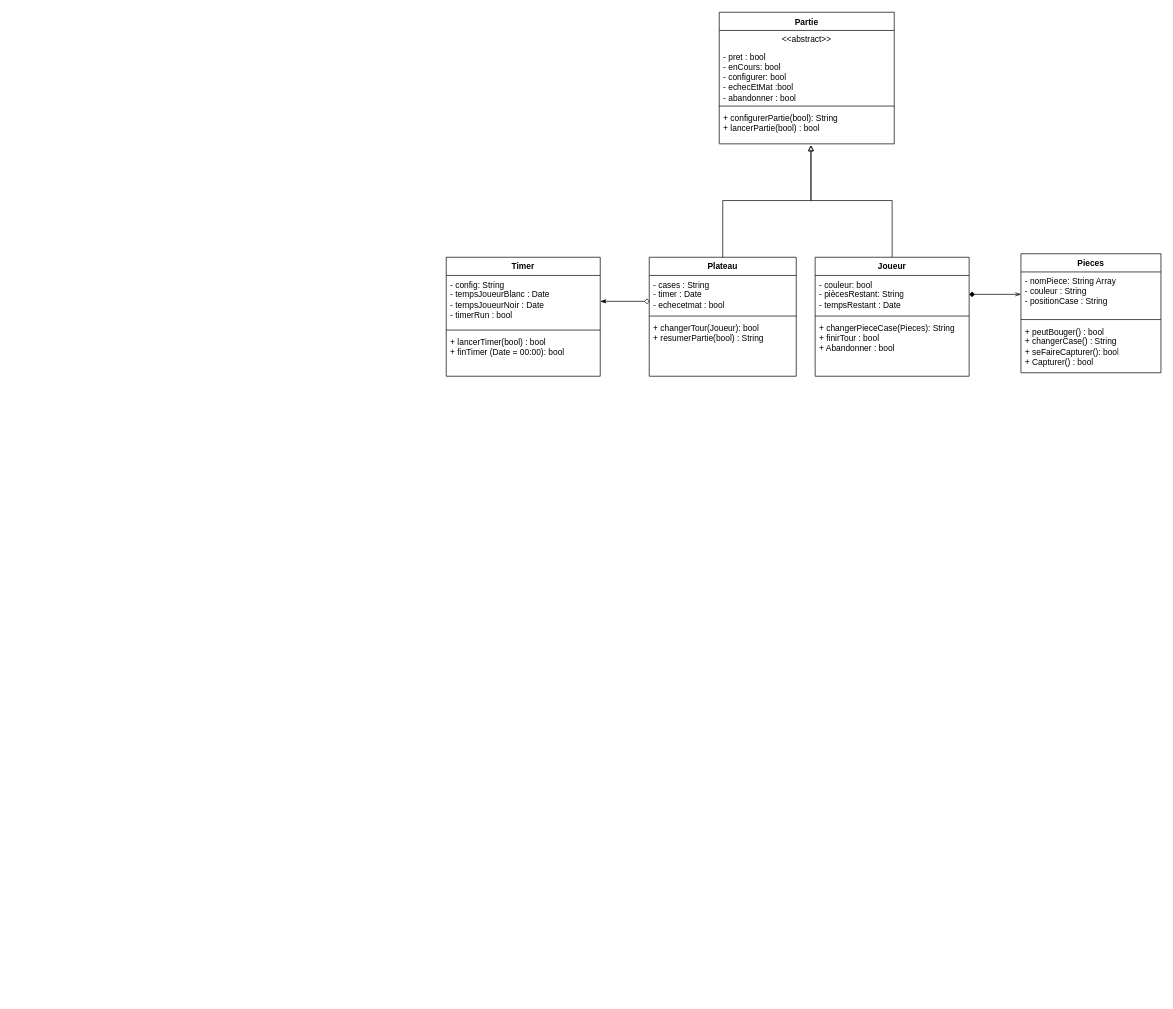
enaelmusic/enaelmusic keeps this draw.io diagram as echecEnael.drawio. Above is the earlier version. Source tidied: cells renumbered, new cells numbered last; positions are measured from the earlier drawing's top-left corner, leaving out a move shared by most shapes. Both pictures are drawn from the tidied source at 70%, with x=0, y=0 at pixel (446, 12).
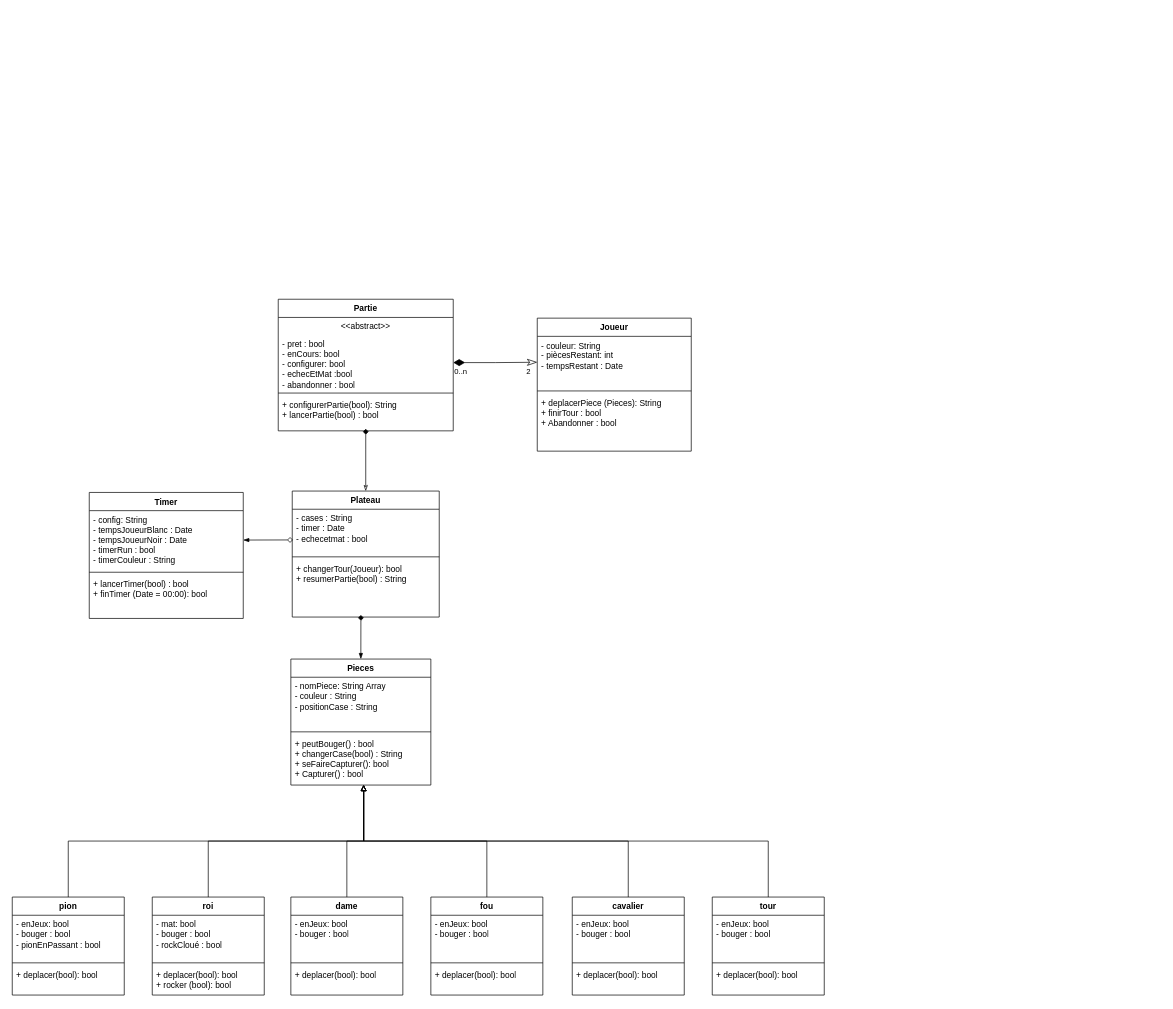
The same diagram, later.

Commit message:
Mettre à jour echecEnael.drawio

The change refers to these unchanged cells:
```xml
<mxCell id="22" value="- pret : bool&lt;br&gt;- enCours: bool&lt;div&gt;- configurer: bool&lt;/div&gt;&lt;div&gt;- echecEtMat :bool&lt;/div&gt;&lt;div&gt;- abandonner : bool&lt;/div&gt;" style="text;strokeColor=none;fillColor=none;align=left;verticalAlign=top;spacingLeft=4;spacingRight=4;overflow=hidden;points=[[0,0.5],[1,0.5]];portConstraint=eastwest;whiteSpace=wrap;html=1;" parent="20" vertex="1">
  <mxGeometry y="51" width="250" height="79" as="geometry" />
</mxCell>
<mxCell id="24" value="+ configurerPartie(bool): String&lt;div&gt;+ lancerPartie(bool) : bool&lt;/div&gt;" style="text;strokeColor=none;fillColor=none;align=left;verticalAlign=top;spacingLeft=4;spacingRight=4;overflow=hidden;points=[[0,0.5],[1,0.5]];portConstraint=eastwest;whiteSpace=wrap;html=1;" parent="20" vertex="1">
  <mxGeometry y="138" width="250" height="50" as="geometry" />
</mxCell>
```

The edit, as a diff of the source:
```diff
@@
     <mxCell id="2" value="Plateau" style="swimlane;fontStyle=1;align=center;verticalAlign=top;horizontal=1;startSize=26;whiteSpace=wrap;html=1;" parent="1" vertex="1">
-      <mxGeometry x="290" y="350" width="210" height="170" as="geometry" />
+      <mxGeometry x="-220" y="684" width="210" height="180" as="geometry" />
     </mxCell>
     <mxCell id="3" value="- cases : String&lt;div&gt;- timer : Date&lt;/div&gt;&lt;div&gt;- echecetmat : bool&lt;/div&gt;" style="text;strokeColor=none;fillColor=none;align=left;verticalAlign=top;spacingLeft=4;spacingRight=4;overflow=hidden;points=[[0,0.5],[1,0.5]];portConstraint=eastwest;whiteSpace=wrap;html=1;" parent="2" vertex="1">
-      <mxGeometry y="26" width="210" height="54" as="geometry" />
+      <mxGeometry y="26" width="210" height="64" as="geometry" />
     </mxCell>
     <mxCell id="4" style="line;strokeWidth=1;fillColor=none;align=left;verticalAlign=middle;spacingTop=-1;spacingLeft=3;spacingRight=3;labelPosition=right;strokeColor=inherit;" parent="2" vertex="1">
-      <mxGeometry y="80" width="210" height="8" as="geometry" />
+      <mxGeometry y="90" width="210" height="8" as="geometry" />
     </mxCell>
     <mxCell id="5" value="+ changerTour(Joueur): bool&lt;div&gt;+ resumerPartie(bool) : String&lt;/div&gt;" style="text;strokeColor=none;fillColor=none;align=left;verticalAlign=top;spacingLeft=4;spacingRight=4;overflow=hidden;points=[[0,0.5],[1,0.5]];portConstraint=eastwest;whiteSpace=wrap;html=1;" parent="2" vertex="1">
-      <mxGeometry y="88" width="210" height="82" as="geometry" />
+      <mxGeometry y="98" width="210" height="82" as="geometry" />
     </mxCell>
     <mxCell id="6" value="Joueur" style="swimlane;fontStyle=1;align=center;verticalAlign=top;horizontal=1;startSize=26;whiteSpace=wrap;html=1;" parent="1" vertex="1">
-      <mxGeometry x="527" y="350" width="220" height="170" as="geometry" />
+      <mxGeometry x="130" y="437" width="220" height="190" as="geometry" />
     </mxCell>
-    <mxCell id="7" value="- couleur: bool&lt;div&gt;- piècesRestant: String&lt;/div&gt;&lt;div&gt;- tempsRestant : Date&lt;/div&gt;" style="text;strokeColor=none;fillColor=none;align=left;verticalAlign=top;spacingLeft=4;spacingRight=4;overflow=hidden;points=[[0,0.5],[1,0.5]];portConstraint=eastwest;whiteSpace=wrap;html=1;" parent="6" vertex="1">
-      <mxGeometry y="26" width="220" height="54" as="geometry" />
+    <mxCell id="7" value="- couleur: String&lt;div&gt;- piècesRestant: int&lt;/div&gt;&lt;div&gt;- tempsRestant : Date&lt;/div&gt;" style="text;strokeColor=none;fillColor=none;align=left;verticalAlign=top;spacingLeft=4;spacingRight=4;overflow=hidden;points=[[0,0.5],[1,0.5]];portConstraint=eastwest;whiteSpace=wrap;html=1;" parent="6" vertex="1">
+      <mxGeometry y="26" width="220" height="74" as="geometry" />
     </mxCell>
     <mxCell id="8" style="line;strokeWidth=1;fillColor=none;align=left;verticalAlign=middle;spacingTop=-1;spacingLeft=3;spacingRight=3;labelPosition=right;strokeColor=inherit;" parent="6" vertex="1">
-      <mxGeometry y="80" width="220" height="8" as="geometry" />
+      <mxGeometry y="100" width="220" height="8" as="geometry" />
     </mxCell>
-    <mxCell id="9" value="+ changerPieceCase(Pieces): String&lt;div&gt;+ finirTour : bool&lt;/div&gt;&lt;div&gt;+ Abandonner : bool&lt;/div&gt;" style="text;strokeColor=none;fillColor=none;align=left;verticalAlign=top;spacingLeft=4;spacingRight=4;overflow=hidden;whiteSpace=wrap;html=1;" parent="6" vertex="1">
-      <mxGeometry y="88" width="220" height="82" as="geometry" />
+    <mxCell id="9" value="+ deplacerPiece (Pieces): String&lt;div&gt;+ finirTour : bool&lt;/div&gt;&lt;div&gt;+ Abandonner : bool&lt;/div&gt;" style="text;strokeColor=none;fillColor=none;align=left;verticalAlign=top;spacingLeft=4;spacingRight=4;overflow=hidden;whiteSpace=wrap;html=1;" parent="6" vertex="1">
+      <mxGeometry y="108" width="220" height="82" as="geometry" />
     </mxCell>
     <mxCell id="10" value="Pieces" style="swimlane;fontStyle=1;align=center;verticalAlign=top;horizontal=1;startSize=26;whiteSpace=wrap;html=1;" parent="1" vertex="1">
-      <mxGeometry x="821" y="345" width="200" height="170" as="geometry" />
+      <mxGeometry x="-222" y="924" width="200" height="180" as="geometry" />
     </mxCell>
     <mxCell id="11" value="- nomPiece: String Array&lt;div&gt;- couleur : String&lt;/div&gt;&lt;div&gt;- positionCase : String&lt;/div&gt;" style="text;strokeColor=none;fillColor=none;align=left;verticalAlign=top;spacingLeft=4;spacingRight=4;overflow=hidden;points=[[0,0.5],[1,0.5]];portConstraint=eastwest;whiteSpace=wrap;html=1;" parent="10" vertex="1">
-      <mxGeometry y="26" width="200" height="64" as="geometry" />
+      <mxGeometry y="26" width="200" height="74" as="geometry" />
     </mxCell>
     <mxCell id="12" style="line;strokeWidth=1;fillColor=none;align=left;verticalAlign=middle;spacingTop=-1;spacingLeft=3;spacingRight=3;labelPosition=right;strokeColor=inherit;" parent="10" vertex="1">
-      <mxGeometry y="90" width="200" height="8" as="geometry" />
+      <mxGeometry y="100" width="200" height="8" as="geometry" />
     </mxCell>
-    <mxCell id="13" value="+ peutBouger() : bool&lt;div&gt;+ changerCase() : String&lt;br&gt;+ seFaireCapturer(): bool&lt;div&gt;+ Capturer() : bool&lt;/div&gt;&lt;/div&gt;" style="text;strokeColor=none;fillColor=none;align=left;verticalAlign=top;spacingLeft=4;spacingRight=4;overflow=hidden;points=[[0,0.5],[1,0.5]];portConstraint=eastwest;whiteSpace=wrap;html=1;" parent="10" vertex="1">
-      <mxGeometry y="98" width="200" height="72" as="geometry" />
+    <mxCell id="13" value="+ peutBouger() : bool&lt;div&gt;+ changerCase(bool) : String&lt;br&gt;+ seFaireCapturer(): bool&lt;div&gt;+ Capturer() : bool&lt;/div&gt;&lt;/div&gt;" style="text;strokeColor=none;fillColor=none;align=left;verticalAlign=top;spacingLeft=4;spacingRight=4;overflow=hidden;points=[[0,0.5],[1,0.5]];portConstraint=eastwest;whiteSpace=wrap;html=1;" parent="10" vertex="1">
+      <mxGeometry y="108" width="200" height="72" as="geometry" />
     </mxCell>
     <mxCell id="14" value="Timer" style="swimlane;fontStyle=1;align=center;verticalAlign=top;horizontal=1;startSize=26;whiteSpace=wrap;html=1;" parent="1" vertex="1">
-      <mxGeometry y="350" width="220" height="170" as="geometry" />
+      <mxGeometry x="-510" y="686" width="220" height="180" as="geometry" />
     </mxCell>
-    <mxCell id="15" value="- config: String&lt;div&gt;- tempsJoueurBlanc : Date&lt;/div&gt;&lt;div&gt;- tempsJoueurNoir : Date&lt;/div&gt;&lt;div&gt;- timerRun : bool&lt;/div&gt;" style="text;strokeColor=none;fillColor=none;align=left;verticalAlign=top;spacingLeft=4;spacingRight=4;overflow=hidden;points=[[0,0.5],[1,0.5]];portConstraint=eastwest;whiteSpace=wrap;html=1;" parent="14" vertex="1">
-      <mxGeometry y="26" width="220" height="74" as="geometry" />
+    <mxCell id="15" value="- config: String&lt;div&gt;- tempsJoueurBlanc : Date&lt;/div&gt;&lt;div&gt;- tempsJoueurNoir : Date&lt;/div&gt;&lt;div&gt;- timerRun : bool&lt;br&gt;- timerCouleur : String&lt;/div&gt;" style="text;strokeColor=none;fillColor=none;align=left;verticalAlign=top;spacingLeft=4;spacingRight=4;overflow=hidden;points=[[0,0.5],[1,0.5]];portConstraint=eastwest;whiteSpace=wrap;html=1;" parent="14" vertex="1">
+      <mxGeometry y="26" width="220" height="84" as="geometry" />
     </mxCell>
     <mxCell id="16" style="line;strokeWidth=1;fillColor=none;align=left;verticalAlign=middle;spacingTop=-1;spacingLeft=3;spacingRight=3;labelPosition=right;strokeColor=inherit;" parent="14" vertex="1">
-      <mxGeometry y="100" width="220" height="8" as="geometry" />
+      <mxGeometry y="110" width="220" height="8" as="geometry" />
     </mxCell>
     <mxCell id="17" value="+ lancerTimer(bool) : bool&lt;br&gt;+ finTimer (Date = 00:00): bool" style="text;strokeColor=none;fillColor=none;align=left;verticalAlign=top;spacingLeft=4;spacingRight=4;overflow=hidden;whiteSpace=wrap;html=1;" parent="14" vertex="1">
-      <mxGeometry y="108" width="220" height="62" as="geometry" />
+      <mxGeometry y="118" width="220" height="62" as="geometry" />
     </mxCell>
-    <mxCell id="18" style="endArrow=diamond;html=1;rounded=0;exitX=1;exitY=0.5;exitDx=0;exitDy=0;entryX=0.005;entryY=0.685;entryDx=0;entryDy=0;entryPerimeter=0;startArrow=classicThin;startFill=1;endFill=0;" parent="1" edge="1" source="15" target="3">
+    <mxCell id="18" style="endArrow=diamond;html=1;rounded=0;exitX=1;exitY=0.5;exitDx=0;exitDy=0;entryX=0.005;entryY=0.685;entryDx=0;entryDy=0;entryPerimeter=0;startArrow=blockThin;startFill=1;endFill=0;" parent="1" edge="1" source="15" target="3">
       <mxGeometry relative="1" as="geometry" />
     </mxCell>
-    <mxCell id="19" style="endArrow=openThin;html=1;rounded=0;exitX=1;exitY=0.5;exitDx=0;exitDy=0;entryX=0;entryY=0.5;entryDx=0;entryDy=0;startArrow=diamond;startFill=1;endFill=0;" parent="1" edge="1" source="7" target="11">
+    <mxCell id="19" style="endArrow=blockThin;html=1;rounded=0;exitX=0.467;exitY=0.963;exitDx=0;exitDy=0;startArrow=diamond;startFill=1;endFill=1;entryX=0.5;entryY=0;entryDx=0;entryDy=0;exitPerimeter=0;" parent="1" edge="1" source="5" target="10">
       <mxGeometry relative="1" as="geometry" />
     </mxCell>
     <mxCell id="20" value="Partie" style="swimlane;fontStyle=1;align=center;verticalAlign=top;horizontal=1;startSize=26;whiteSpace=wrap;html=1;" parent="1" vertex="1">
-      <mxGeometry x="390" width="250" height="188" as="geometry" />
+      <mxGeometry x="-240" y="410" width="250" height="188" as="geometry" />
     </mxCell>
@@
-    <mxCell id="25" style="endArrow=block;html=1;rounded=0;entryX=0.524;entryY=1.04;entryDx=0;entryDy=0;entryPerimeter=0;edgeStyle=orthogonalEdgeStyle;endFill=0;exitX=0.5;exitY=0;exitDx=0;exitDy=0;" parent="1" edge="1" source="2" target="24">
+    <mxCell id="25" style="endArrow=diamond;html=1;rounded=0;edgeStyle=orthogonalEdgeStyle;endFill=1;exitX=0.5;exitY=0;exitDx=0;exitDy=0;entryX=0.5;entryY=0.94;entryDx=0;entryDy=0;entryPerimeter=0;startArrow=classicThin;startFill=0;" parent="1" edge="1" source="2" target="24">
       <mxGeometry relative="1" as="geometry">
         <Array as="points">
-          <mxPoint x="395" y="269" />
-          <mxPoint x="521" y="269" />
+          <mxPoint x="-115" y="624" />
+          <mxPoint x="-115" y="624" />
         </Array>
       </mxGeometry>
     </mxCell>
-    <mxCell id="26" style="endArrow=block;html=1;rounded=0;entryX=0.524;entryY=1.04;entryDx=0;entryDy=0;entryPerimeter=0;edgeStyle=orthogonalEdgeStyle;endFill=0;exitX=0.5;exitY=0;exitDx=0;exitDy=0;" parent="1" edge="1" source="6" target="24">
-      <mxGeometry relative="1" as="geometry">
-        <Array as="points">
-          <mxPoint x="637" y="269" />
-          <mxPoint x="521" y="269" />
-        </Array>
-      </mxGeometry>
-    </mxCell>
+    <mxCell id="27" value="pion" style="swimlane;fontStyle=1;align=center;verticalAlign=top;horizontal=1;startSize=26;whiteSpace=wrap;html=1;" parent="1" vertex="1">
+      <mxGeometry x="-620" y="1264" width="160" height="140" as="geometry" />
+    </mxCell>
+    <mxCell id="28" value="- enJeux: bool&lt;br&gt;- bouger : bool&lt;div&gt;- pionEnPassant : bool&lt;br&gt;&lt;div&gt;&lt;br&gt;&lt;/div&gt;&lt;/div&gt;" style="text;strokeColor=none;fillColor=none;align=left;verticalAlign=top;spacingLeft=4;spacingRight=4;overflow=hidden;whiteSpace=wrap;html=1;" parent="27" vertex="1">
+      <mxGeometry y="26" width="160" height="64" as="geometry" />
+    </mxCell>
+    <mxCell id="29" style="line;strokeWidth=1;fillColor=none;align=left;verticalAlign=middle;spacingTop=-1;spacingLeft=3;spacingRight=3;labelPosition=right;strokeColor=inherit;" parent="27" vertex="1">
+      <mxGeometry y="90" width="160" height="8" as="geometry" />
+    </mxCell>
+    <mxCell id="30" value="+ deplacer(bool): bool" style="text;strokeColor=none;fillColor=none;align=left;verticalAlign=top;spacingLeft=4;spacingRight=4;overflow=hidden;whiteSpace=wrap;html=1;" parent="27" vertex="1">
+      <mxGeometry y="98" width="160" height="42" as="geometry" />
+    </mxCell>
+    <mxCell id="31" value="roi" style="swimlane;fontStyle=1;align=center;verticalAlign=top;horizontal=1;startSize=26;whiteSpace=wrap;html=1;" parent="1" vertex="1">
+      <mxGeometry x="-420" y="1264" width="160" height="140" as="geometry" />
+    </mxCell>
+    <mxCell id="32" value="- mat: bool&lt;br&gt;- bouger : bool&lt;br&gt;- rockCloué : bool" style="text;strokeColor=none;fillColor=none;align=left;verticalAlign=top;spacingLeft=4;spacingRight=4;overflow=hidden;whiteSpace=wrap;html=1;" parent="31" vertex="1">
+      <mxGeometry y="26" width="160" height="64" as="geometry" />
+    </mxCell>
+    <mxCell id="33" style="line;strokeWidth=1;fillColor=none;align=left;verticalAlign=middle;spacingTop=-1;spacingLeft=3;spacingRight=3;labelPosition=right;strokeColor=inherit;" parent="31" vertex="1">
+      <mxGeometry y="90" width="160" height="8" as="geometry" />
+    </mxCell>
+    <mxCell id="34" value="+ deplacer(bool): bool&lt;br&gt;+ rocker (bool): bool&lt;span style=&quot;background-color: transparent; color: light-dark(rgb(0, 0, 0), rgb(255, 255, 255));&quot;&gt;&amp;nbsp;&lt;/span&gt;" style="text;strokeColor=none;fillColor=none;align=left;verticalAlign=top;spacingLeft=4;spacingRight=4;overflow=hidden;whiteSpace=wrap;html=1;" parent="31" vertex="1">
+      <mxGeometry y="98" width="160" height="42" as="geometry" />
+    </mxCell>
+    <mxCell id="35" value="dame" style="swimlane;fontStyle=1;align=center;verticalAlign=top;horizontal=1;startSize=26;whiteSpace=wrap;html=1;" parent="1" vertex="1">
+      <mxGeometry x="-222" y="1264" width="160" height="140" as="geometry" />
+    </mxCell>
+    <mxCell id="36" value="- enJeux: bool&lt;br&gt;- bouger : bool" style="text;strokeColor=none;fillColor=none;align=left;verticalAlign=top;spacingLeft=4;spacingRight=4;overflow=hidden;whiteSpace=wrap;html=1;" parent="35" vertex="1">
+      <mxGeometry y="26" width="160" height="64" as="geometry" />
+    </mxCell>
+    <mxCell id="37" style="line;strokeWidth=1;fillColor=none;align=left;verticalAlign=middle;spacingTop=-1;spacingLeft=3;spacingRight=3;labelPosition=right;strokeColor=inherit;" parent="35" vertex="1">
+      <mxGeometry y="90" width="160" height="8" as="geometry" />
+    </mxCell>
+    <mxCell id="38" value="+ deplacer(bool): bool" style="text;strokeColor=none;fillColor=none;align=left;verticalAlign=top;spacingLeft=4;spacingRight=4;overflow=hidden;whiteSpace=wrap;html=1;" parent="35" vertex="1">
+      <mxGeometry y="98" width="160" height="42" as="geometry" />
+    </mxCell>
+    <mxCell id="39" value="fou" style="swimlane;fontStyle=1;align=center;verticalAlign=top;horizontal=1;startSize=26;whiteSpace=wrap;html=1;" parent="1" vertex="1">
+      <mxGeometry x="-22" y="1264" width="160" height="140" as="geometry" />
+    </mxCell>
+    <mxCell id="40" value="- enJeux: bool&lt;br&gt;- bouger : bool" style="text;strokeColor=none;fillColor=none;align=left;verticalAlign=top;spacingLeft=4;spacingRight=4;overflow=hidden;whiteSpace=wrap;html=1;" parent="39" vertex="1">
+      <mxGeometry y="26" width="160" height="64" as="geometry" />
+    </mxCell>
+    <mxCell id="41" style="line;strokeWidth=1;fillColor=none;align=left;verticalAlign=middle;spacingTop=-1;spacingLeft=3;spacingRight=3;labelPosition=right;strokeColor=inherit;" parent="39" vertex="1">
+      <mxGeometry y="90" width="160" height="8" as="geometry" />
+    </mxCell>
+    <mxCell id="42" value="+ deplacer(bool): bool" style="text;strokeColor=none;fillColor=none;align=left;verticalAlign=top;spacingLeft=4;spacingRight=4;overflow=hidden;whiteSpace=wrap;html=1;" parent="39" vertex="1">
+      <mxGeometry y="98" width="160" height="42" as="geometry" />
+    </mxCell>
+    <mxCell id="43" value="cavalier" style="swimlane;fontStyle=1;align=center;verticalAlign=top;horizontal=1;startSize=26;whiteSpace=wrap;html=1;" parent="1" vertex="1">
+      <mxGeometry x="180" y="1264" width="160" height="140" as="geometry" />
+    </mxCell>
+    <mxCell id="44" value="- enJeux: bool&lt;br&gt;- bouger : bool" style="text;strokeColor=none;fillColor=none;align=left;verticalAlign=top;spacingLeft=4;spacingRight=4;overflow=hidden;whiteSpace=wrap;html=1;" parent="43" vertex="1">
+      <mxGeometry y="26" width="160" height="64" as="geometry" />
+    </mxCell>
+    <mxCell id="45" style="line;strokeWidth=1;fillColor=none;align=left;verticalAlign=middle;spacingTop=-1;spacingLeft=3;spacingRight=3;labelPosition=right;strokeColor=inherit;" parent="43" vertex="1">
+      <mxGeometry y="90" width="160" height="8" as="geometry" />
+    </mxCell>
+    <mxCell id="46" value="+ deplacer(bool): bool" style="text;strokeColor=none;fillColor=none;align=left;verticalAlign=top;spacingLeft=4;spacingRight=4;overflow=hidden;whiteSpace=wrap;html=1;" parent="43" vertex="1">
+      <mxGeometry y="98" width="160" height="42" as="geometry" />
+    </mxCell>
+    <mxCell id="47" value="tour" style="swimlane;fontStyle=1;align=center;verticalAlign=top;horizontal=1;startSize=26;whiteSpace=wrap;html=1;" parent="1" vertex="1">
+      <mxGeometry x="380" y="1264" width="160" height="140" as="geometry" />
+    </mxCell>
+    <mxCell id="48" value="- enJeux: bool&lt;br&gt;- bouger : bool" style="text;strokeColor=none;fillColor=none;align=left;verticalAlign=top;spacingLeft=4;spacingRight=4;overflow=hidden;whiteSpace=wrap;html=1;" parent="47" vertex="1">
+      <mxGeometry y="26" width="160" height="64" as="geometry" />
+    </mxCell>
+    <mxCell id="49" style="line;strokeWidth=1;fillColor=none;align=left;verticalAlign=middle;spacingTop=-1;spacingLeft=3;spacingRight=3;labelPosition=right;strokeColor=inherit;" parent="47" vertex="1">
+      <mxGeometry y="90" width="160" height="8" as="geometry" />
+    </mxCell>
+    <mxCell id="50" value="+ deplacer(bool): bool" style="text;strokeColor=none;fillColor=none;align=left;verticalAlign=top;spacingLeft=4;spacingRight=4;overflow=hidden;whiteSpace=wrap;html=1;" parent="47" vertex="1">
+      <mxGeometry y="98" width="160" height="42" as="geometry" />
+    </mxCell>
+    <mxCell id="51" style="endArrow=block;html=1;rounded=0;exitX=0.5;exitY=0;exitDx=0;exitDy=0;entryX=0.52;entryY=1;entryDx=0;entryDy=0;entryPerimeter=0;edgeStyle=orthogonalEdgeStyle;endFill=0;" parent="1" edge="1" source="27" target="13">
+      <mxGeometry relative="1" as="geometry" />
+    </mxCell>
+    <mxCell id="52" style="endArrow=block;html=1;rounded=0;exitX=0.5;exitY=0;exitDx=0;exitDy=0;entryX=0.52;entryY=1;entryDx=0;entryDy=0;entryPerimeter=0;edgeStyle=orthogonalEdgeStyle;endFill=0;" parent="1" edge="1" source="31" target="13">
+      <mxGeometry relative="1" as="geometry" />
+    </mxCell>
+    <mxCell id="53" style="endArrow=block;html=1;rounded=0;exitX=0.5;exitY=0;exitDx=0;exitDy=0;entryX=0.52;entryY=1;entryDx=0;entryDy=0;entryPerimeter=0;edgeStyle=orthogonalEdgeStyle;endFill=0;" parent="1" edge="1" source="35" target="13">
+      <mxGeometry relative="1" as="geometry" />
+    </mxCell>
+    <mxCell id="54" style="endArrow=block;html=1;rounded=0;exitX=0.5;exitY=0;exitDx=0;exitDy=0;entryX=0.52;entryY=1;entryDx=0;entryDy=0;entryPerimeter=0;edgeStyle=orthogonalEdgeStyle;endFill=0;" parent="1" edge="1" source="39" target="13">
+      <mxGeometry relative="1" as="geometry" />
+    </mxCell>
+    <mxCell id="55" style="endArrow=block;html=1;rounded=0;exitX=0.5;exitY=0;exitDx=0;exitDy=0;entryX=0.52;entryY=1;entryDx=0;entryDy=0;entryPerimeter=0;edgeStyle=orthogonalEdgeStyle;endFill=0;" parent="1" edge="1" source="43" target="13">
+      <mxGeometry relative="1" as="geometry" />
+    </mxCell>
+    <mxCell id="56" style="endArrow=block;html=1;rounded=0;exitX=0.5;exitY=0;exitDx=0;exitDy=0;entryX=0.52;entryY=1;entryDx=0;entryDy=0;entryPerimeter=0;edgeStyle=orthogonalEdgeStyle;endFill=0;" parent="1" edge="1" source="47" target="13">
+      <mxGeometry relative="1" as="geometry" />
+    </mxCell>
+    <mxCell id="57" value="&lt;div&gt;&lt;br&gt;&lt;/div&gt;" style="endArrow=classicThin;html=1;endSize=12;startArrow=diamondThin;startSize=14;startFill=1;edgeStyle=orthogonalEdgeStyle;rounded=0;exitX=1;exitY=0.5;exitDx=0;exitDy=0;entryX=0;entryY=0.5;entryDx=0;entryDy=0;endFill=0;" parent="1" edge="1" source="22" target="7">
+      <mxGeometry relative="1" as="geometry" />
+    </mxCell>
+    <mxCell id="58" value="0..n" style="edgeLabel;html=1;align=left;verticalAlign=top;" parent="57" vertex="1">
+      <mxGeometry x="-1" relative="1" as="geometry" />
+    </mxCell>
+    <mxCell id="59" value="2" style="edgeLabel;html=1;align=right;verticalAlign=top;" parent="57" vertex="1">
+      <mxGeometry x="1" relative="1" as="geometry">
+        <mxPoint x="-10" as="offset" />
+      </mxGeometry>
+    </mxCell>
```
